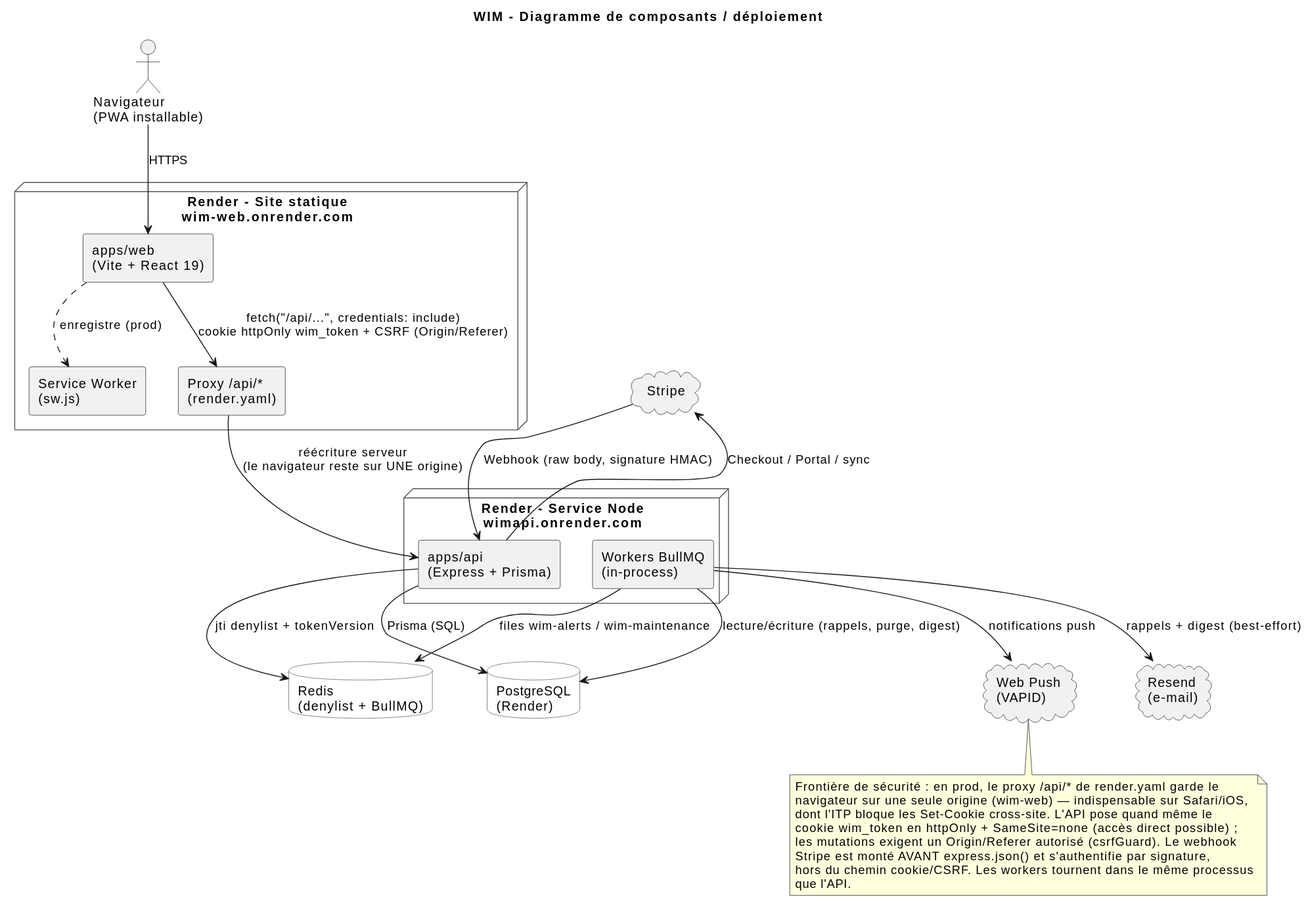
SGCSBorges/WIM keeps this PlantUML diagram as docs/uml/07-component-deploiement.svg. Above is the earlier version. Its source is kept beside it as docs/uml/07-component-deploiement.puml.
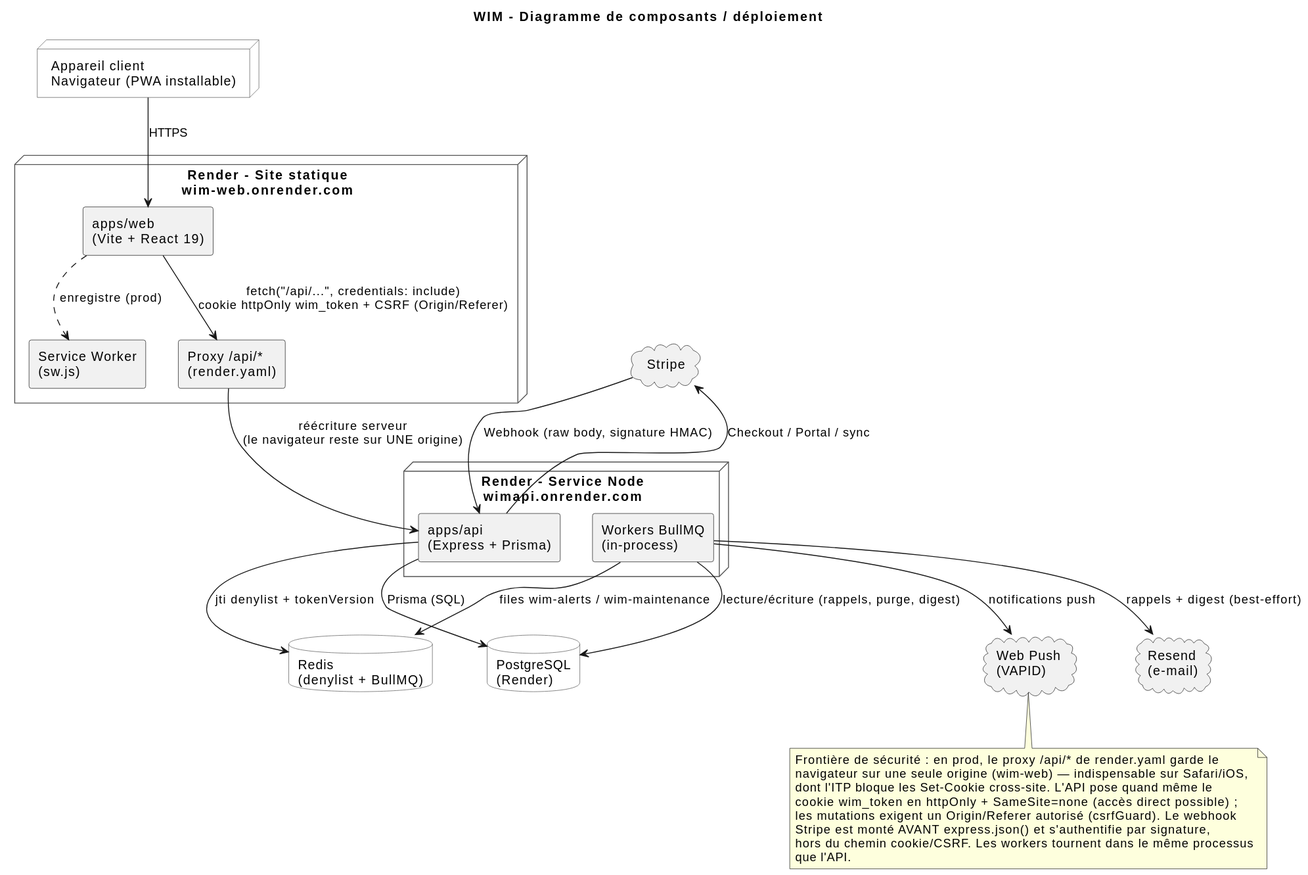
After the change.

Commit message:
docs(uml): fix activity-flow semantics + component-diagram notation

Change to the diagram source:
```diff
@@ -11,7 +11,7 @@
   BorderColor #555555
 }
 
-actor "Navigateur\n(PWA installable)" as Browser
+node "Appareil client\nNavigateur (PWA installable)" as Browser
 
 node "Render – Site statique\nwim-web.onrender.com" as WebHost {
   component "apps/web\n(Vite + React 19)" as Web
```
